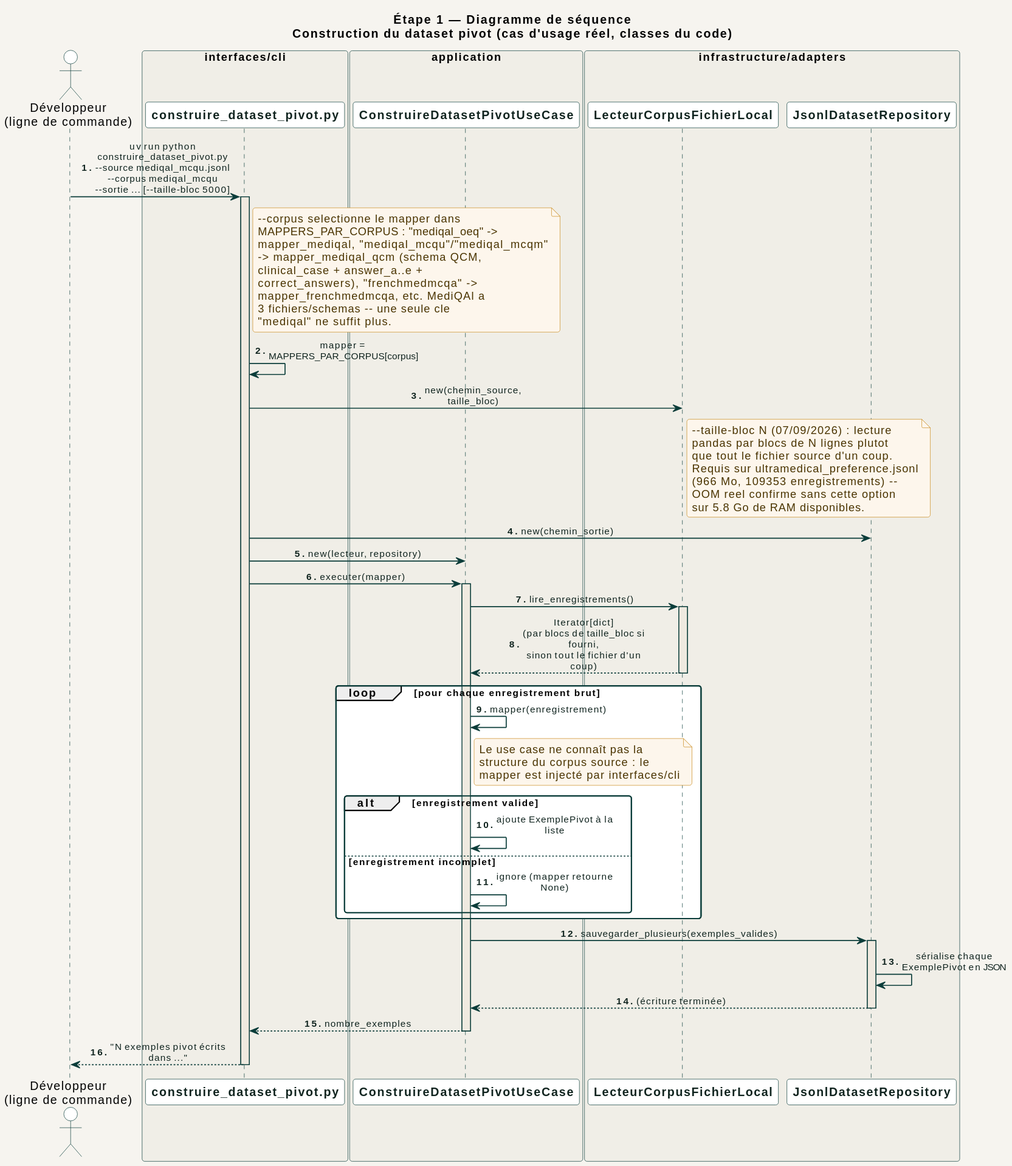
This is docs/diagrams/02_etape1_donnees/sequence/construction_dataset_pivot.svg from racemartin/m14_ocr, a PlantUML export, as it was before one commit.
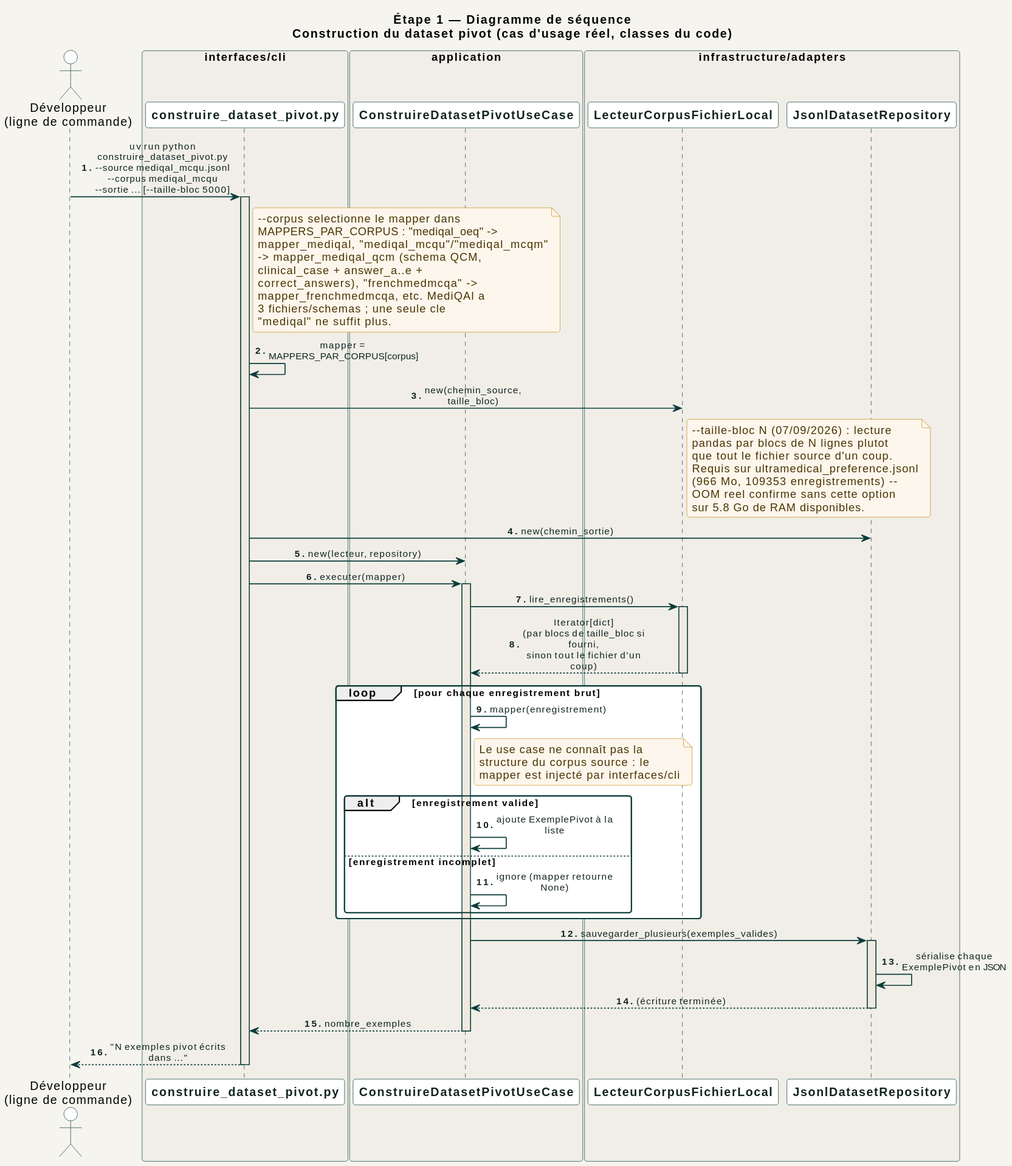
Above is the later version.

The edit, as a diff of the source:
```diff
@@ -31,7 +31,7 @@
   clinical_case + answer_a..e +
   correct_answers), "frenchmedmcqa" ->
   mapper_frenchmedmcqa, etc. MediQAl a
-  3 fichiers/schemas -- une seule cle
+  3 fichiers/schemas ; une seule cle
   "mediqal" ne suffit plus.
 end note
 CLI -> CLI : mapper = MAPPERS_PAR_CORPUS[corpus]
```
